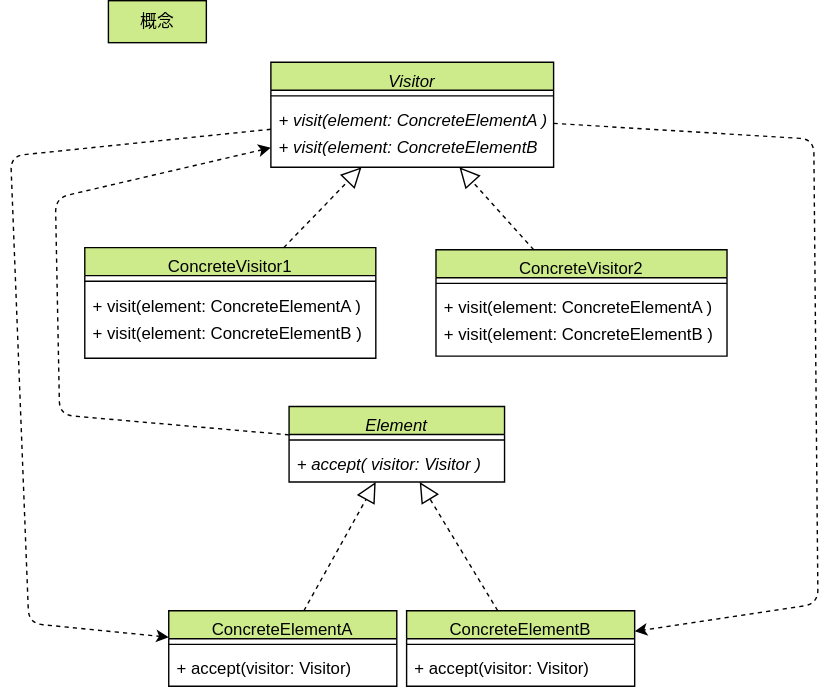
go-to-k/cdk-gof-design-pattern keeps this draw.io diagram as drawio/visitor/visitor-concept.drawio.svg. Above is the earlier version. Source tidied: cells renumbered, new cells last; positions are measured from the earlier drawing's top-left corner, leaving out a move shared by most shapes.
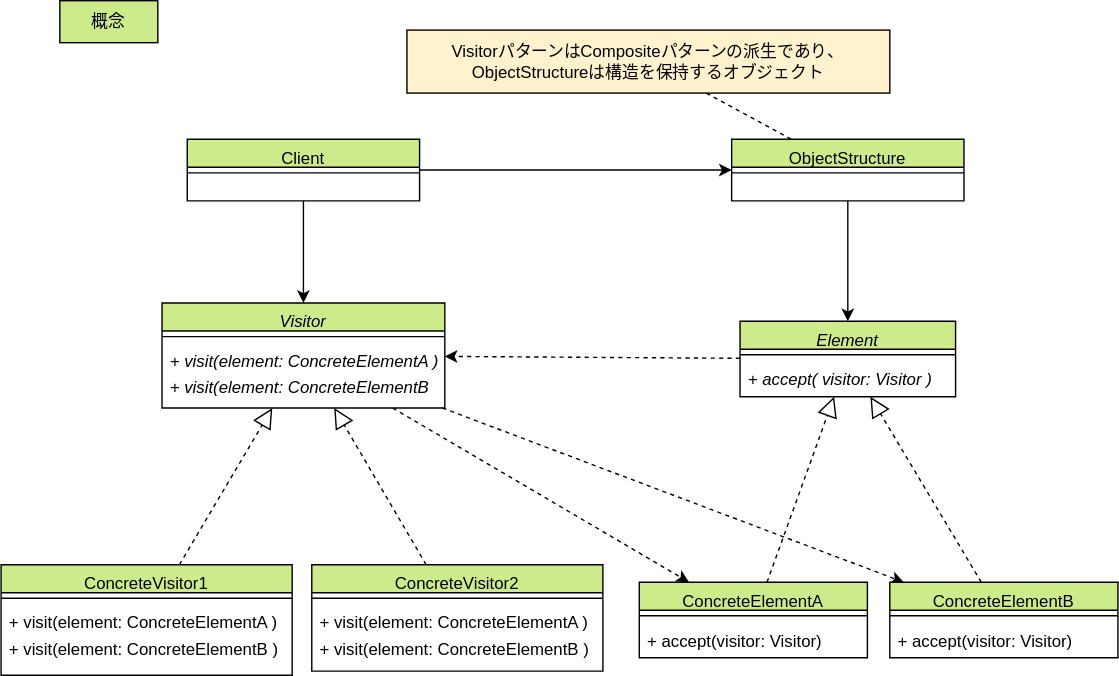
Above is the later version.

Commit message:
update visitor diagrams

Change to the diagram source:
```diff
@@ -3,15 +3,10 @@
     <mxCell id="0" />
     <mxCell id="1" parent="0" />
     <mxCell id="2" style="edgeStyle=none;html=1;strokeColor=#000000;dashed=1;" parent="1" edge="1" source="3" target="21">
-      <mxGeometry relative="1" as="geometry">
-        <Array as="points">
-          <mxPoint x="574" y="99" />
-          <mxPoint x="577" y="431" />
-        </Array>
-      </mxGeometry>
+      <mxGeometry relative="1" as="geometry" />
     </mxCell>
     <mxCell id="3" value="Visitor" style="swimlane;fontStyle=2;align=center;verticalAlign=top;horizontal=1;startSize=20;rounded=0;shadow=0;strokeWidth=1;fillColor=#cdeb8b;strokeColor=#000000;fontColor=#000000;" parent="1" vertex="1">
-      <mxGeometry x="186" y="44" width="202.1" height="75" as="geometry" />
+      <mxGeometry x="100" y="78" width="202.1" height="75" as="geometry" />
     </mxCell>
     <mxCell id="4" style="line;html=1;strokeWidth=1;align=left;verticalAlign=middle;spacingTop=-1;spacingLeft=3;spacingRight=3;labelPosition=right;fontColor=#000000;strokeColor=#000000;" parent="3" vertex="1">
       <mxGeometry y="20" width="202.1" height="8" as="geometry" />
@@ -23,10 +18,10 @@
       <mxGeometry y="47" width="202.1" height="19" as="geometry" />
     </mxCell>
     <mxCell id="7" value="概念" style="rounded=0;whiteSpace=wrap;html=1;fillColor=#cdeb8b;strokeColor=#000000;fontColor=#000000;" parent="1" vertex="1">
-      <mxGeometry x="69.9" width="70" height="30" as="geometry" />
+      <mxGeometry x="27" y="-138" width="70" height="30" as="geometry" />
     </mxCell>
     <mxCell id="8" value="ConcreteVisitor1" style="swimlane;fontStyle=0;align=center;verticalAlign=top;horizontal=1;startSize=20;rounded=0;shadow=0;strokeWidth=1;fillColor=#cdeb8b;strokeColor=#000000;fontColor=#000000;" parent="1" vertex="1">
-      <mxGeometry x="53" y="176.5" width="208" height="79" as="geometry" />
+      <mxGeometry x="-15" y="265" width="208" height="79" as="geometry" />
     </mxCell>
     <mxCell id="9" style="line;html=1;strokeWidth=1;align=left;verticalAlign=middle;spacingTop=-1;spacingLeft=3;spacingRight=3;labelPosition=right;fontColor=#000000;strokeColor=#000000;" parent="8" vertex="1">
       <mxGeometry y="20" width="208" height="8" as="geometry" />
@@ -41,15 +36,10 @@
       <mxGeometry relative="1" as="geometry" />
     </mxCell>
     <mxCell id="13" style="edgeStyle=none;html=1;strokeColor=#000000;dashed=1;" parent="1" edge="1" source="14" target="3">
-      <mxGeometry relative="1" as="geometry">
-        <Array as="points">
-          <mxPoint x="35" y="296" />
-          <mxPoint x="32" y="141" />
-        </Array>
-      </mxGeometry>
+      <mxGeometry relative="1" as="geometry" />
     </mxCell>
     <mxCell id="14" value="Element" style="swimlane;fontStyle=2;align=center;verticalAlign=top;horizontal=1;startSize=20;rounded=0;shadow=0;strokeWidth=1;fillColor=#cdeb8b;strokeColor=#000000;fontColor=#000000;" parent="1" vertex="1">
-      <mxGeometry x="199" y="290" width="154" height="54" as="geometry" />
+      <mxGeometry x="513" y="91" width="154" height="54" as="geometry" />
     </mxCell>
     <mxCell id="15" style="line;html=1;strokeWidth=1;align=left;verticalAlign=middle;spacingTop=-1;spacingLeft=3;spacingRight=3;labelPosition=right;fontColor=#000000;strokeColor=#000000;" parent="14" vertex="1">
       <mxGeometry y="20" width="154" height="8" as="geometry" />
@@ -58,7 +48,7 @@
       <mxGeometry y="28" width="154" height="19" as="geometry" />
     </mxCell>
     <mxCell id="17" value="ConcreteElementA" style="swimlane;fontStyle=0;align=center;verticalAlign=top;horizontal=1;startSize=20;rounded=0;shadow=0;strokeWidth=1;fillColor=#cdeb8b;strokeColor=#000000;fontColor=#000000;" parent="1" vertex="1">
-      <mxGeometry x="113" y="436" width="163" height="54" as="geometry" />
+      <mxGeometry x="441" y="277.5" width="163" height="54" as="geometry" />
     </mxCell>
     <mxCell id="18" style="line;html=1;strokeWidth=1;align=left;verticalAlign=middle;spacingTop=-1;spacingLeft=3;spacingRight=3;labelPosition=right;fontColor=#000000;strokeColor=#000000;" parent="17" vertex="1">
       <mxGeometry y="20" width="163" height="8" as="geometry" />
@@ -70,7 +60,7 @@
       <mxGeometry relative="1" as="geometry" />
     </mxCell>
     <mxCell id="21" value="ConcreteElementB" style="swimlane;fontStyle=0;align=center;verticalAlign=top;horizontal=1;startSize=20;rounded=0;shadow=0;strokeWidth=1;fillColor=#cdeb8b;strokeColor=#000000;fontColor=#000000;" parent="1" vertex="1">
-      <mxGeometry x="283" y="436" width="163" height="54" as="geometry" />
+      <mxGeometry x="620" y="277.5" width="163" height="54" as="geometry" />
     </mxCell>
     <mxCell id="22" style="line;html=1;strokeWidth=1;align=left;verticalAlign=middle;spacingTop=-1;spacingLeft=3;spacingRight=3;labelPosition=right;fontColor=#000000;strokeColor=#000000;" parent="21" vertex="1">
       <mxGeometry y="20" width="163" height="8" as="geometry" />
@@ -82,7 +72,7 @@
       <mxGeometry relative="1" as="geometry" />
     </mxCell>
     <mxCell id="25" value="ConcreteVisitor2" style="swimlane;fontStyle=0;align=center;verticalAlign=top;horizontal=1;startSize=20;rounded=0;shadow=0;strokeWidth=1;fillColor=#cdeb8b;strokeColor=#000000;fontColor=#000000;" parent="1" vertex="1">
-      <mxGeometry x="304" y="178" width="208" height="76" as="geometry" />
+      <mxGeometry x="207" y="265" width="208" height="76" as="geometry" />
     </mxCell>
     <mxCell id="26" style="line;html=1;strokeWidth=1;align=left;verticalAlign=middle;spacingTop=-1;spacingLeft=3;spacingRight=3;labelPosition=right;fontColor=#000000;strokeColor=#000000;" parent="25" vertex="1">
       <mxGeometry y="20" width="208" height="8" as="geometry" />
@@ -97,12 +87,34 @@
       <mxGeometry relative="1" as="geometry" />
     </mxCell>
     <mxCell id="30" style="edgeStyle=none;html=1;dashed=1;strokeColor=#000000;" parent="1" edge="1" source="3" target="17">
-      <mxGeometry relative="1" as="geometry">
-        <Array as="points">
-          <mxPoint y="111" />
-          <mxPoint x="13" y="445" />
-        </Array>
-      </mxGeometry>
+      <mxGeometry relative="1" as="geometry" />
     </mxCell>
+    <mxCell id="31" style="edgeStyle=none;html=1;strokeColor=#000000;" parent="1" edge="1" source="32" target="14">
+      <mxGeometry relative="1" as="geometry" />
+    </mxCell>
+    <mxCell id="32" value="ObjectStructure" style="swimlane;fontStyle=0;align=center;verticalAlign=top;horizontal=1;startSize=20;rounded=0;shadow=0;strokeWidth=1;fillColor=#cdeb8b;strokeColor=#000000;fontColor=#000000;" parent="1" vertex="1">
+      <mxGeometry x="507" y="-39" width="166" height="44" as="geometry" />
+    </mxCell>
+    <mxCell id="33" style="line;html=1;strokeWidth=1;align=left;verticalAlign=middle;spacingTop=-1;spacingLeft=3;spacingRight=3;labelPosition=right;fontColor=#000000;strokeColor=#000000;" parent="32" vertex="1">
+      <mxGeometry y="20" width="166" height="8" as="geometry" />
+    </mxCell>
+    <mxCell id="34" style="edgeStyle=none;html=1;strokeColor=#000000;" parent="1" edge="1" source="36" target="32">
+      <mxGeometry relative="1" as="geometry" />
+    </mxCell>
+    <mxCell id="35" style="edgeStyle=none;html=1;strokeColor=#000000;" parent="1" edge="1" source="36" target="3">
+      <mxGeometry relative="1" as="geometry" />
+    </mxCell>
+    <mxCell id="36" value="Client" style="swimlane;fontStyle=0;align=center;verticalAlign=top;horizontal=1;startSize=20;rounded=0;shadow=0;strokeWidth=1;fillColor=#cdeb8b;strokeColor=#000000;fontColor=#000000;" parent="1" vertex="1">
+      <mxGeometry x="118" y="-39" width="166" height="44" as="geometry" />
+    </mxCell>
+    <mxCell id="37" style="line;html=1;strokeWidth=1;align=left;verticalAlign=middle;spacingTop=-1;spacingLeft=3;spacingRight=3;labelPosition=right;fontColor=#000000;strokeColor=#000000;" parent="36" vertex="1">
+      <mxGeometry y="20" width="166" height="8" as="geometry" />
+    </mxCell>
+    <mxCell id="38" style="edgeStyle=none;html=1;strokeColor=#000000;endArrow=none;endFill=0;dashed=1;" parent="1" edge="1" source="39" target="32">
+      <mxGeometry relative="1" as="geometry" />
+    </mxCell>
+    <mxCell id="39" value="VisitorパターンはCompositeパターンの派生であり、ObjectStructureは構造を保持するオブジェクト" style="text;html=1;strokeColor=#000000;fillColor=#fff2cc;align=center;verticalAlign=middle;whiteSpace=wrap;rounded=0;fontColor=#000000;" parent="1" vertex="1">
+      <mxGeometry x="275" y="-117" width="345" height="45" as="geometry" />
+    </mxCell>
   </root>
 </mxGraphModel>
```
